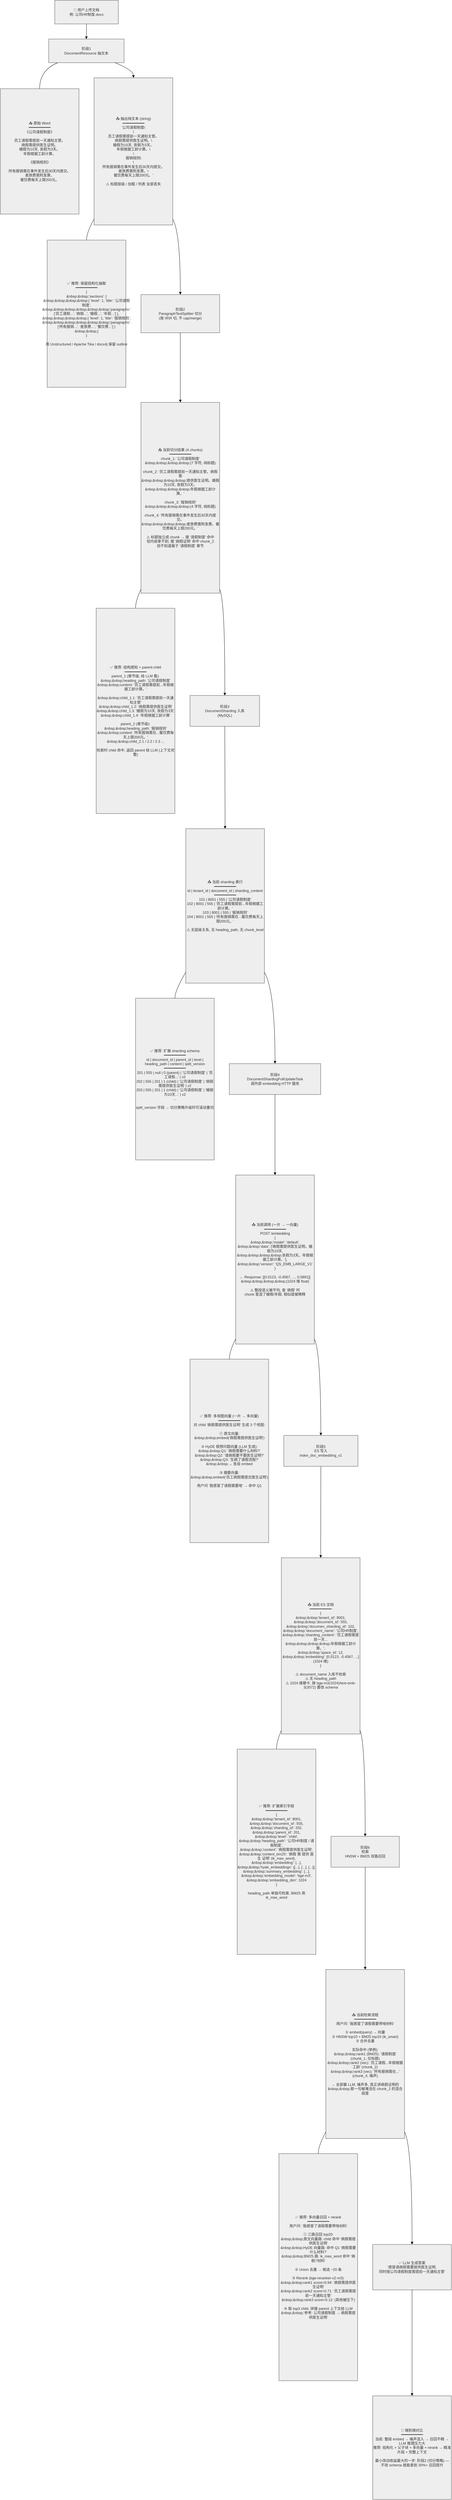
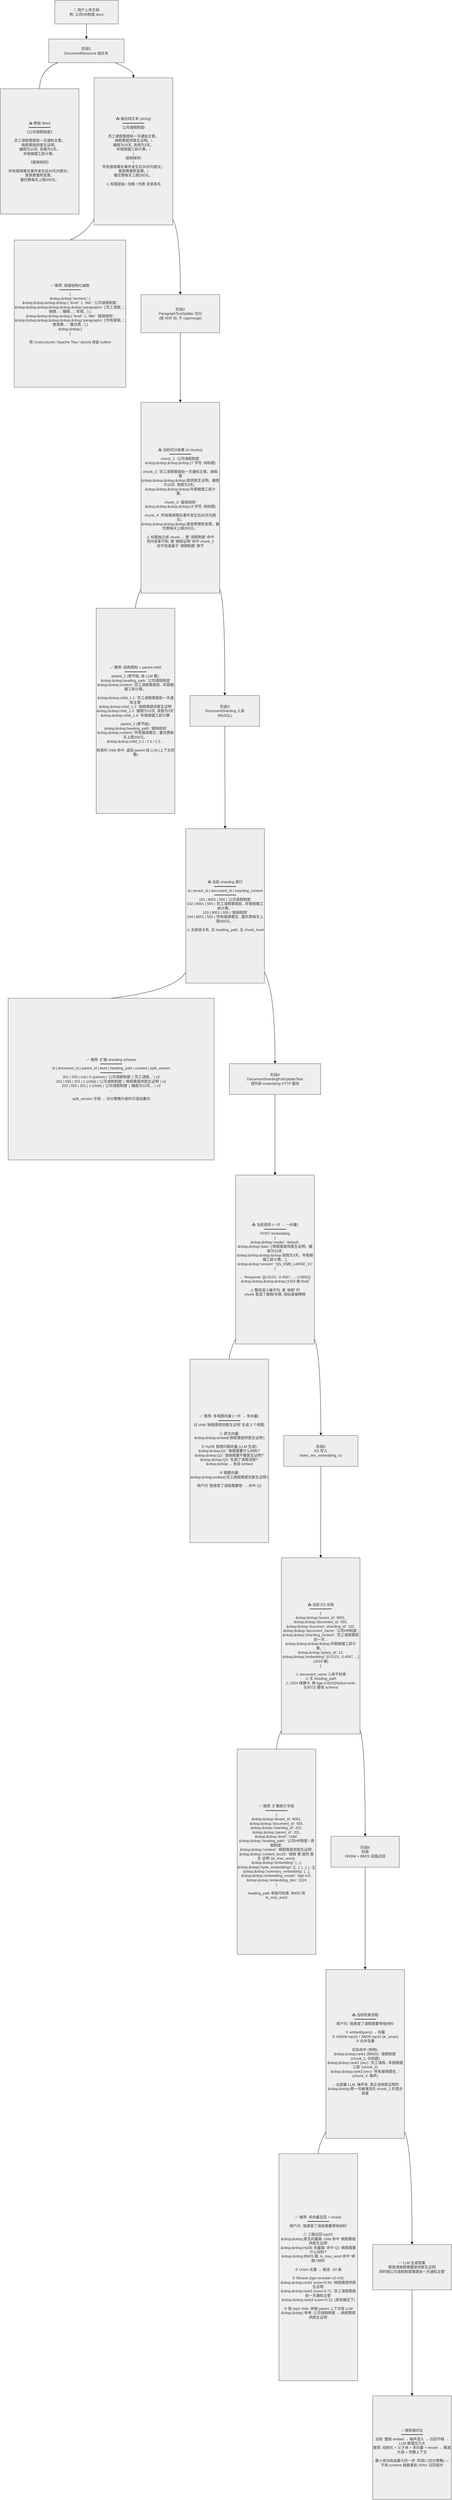
<mxfile host="app.diagrams.net">
  <diagram name="第 1 页" id="7gvRKfkY79qoTCzDGwGc">
-     <mxGraphModel dx="1300" dy="659" grid="0" gridSize="10" guides="1" tooltips="1" connect="1" arrows="1" fold="1" page="0" pageScale="1" pageWidth="827" pageHeight="1169" math="0" shadow="0">
+     <mxGraphModel dx="1083" dy="549" grid="0" gridSize="10" guides="1" tooltips="1" connect="1" arrows="1" fold="1" page="0" pageScale="1" pageWidth="827" pageHeight="1169" math="0" shadow="0">
      <root>
        <mxCell id="0" />
        <mxCell id="1" parent="0" />
        <mxCell id="2" parent="1" style="whiteSpace=wrap;strokeWidth=2;fillColor=light-dark(#eeeeee,#1f2020);strokeColor=light-dark(#999999,#cccccc);fontColor=light-dark(#333333,#cccccc);" value="📄 用户上传文档&#xa;例: 公司HR制度.docx" vertex="1">
          <mxGeometry height="78" width="210" x="188" y="8" as="geometry" />
        </mxCell>
        <mxCell id="3" parent="1" style="whiteSpace=wrap;strokeWidth=2;fillColor=light-dark(#eeeeee,#1f2020);strokeColor=light-dark(#999999,#cccccc);fontColor=light-dark(#333333,#cccccc);" value="阶段1&#xa;DocumentResource 抽文本" vertex="1">
          <mxGeometry height="78" width="249" x="168" y="136" as="geometry" />
        </mxCell>
        <mxCell id="4" parent="1" style="whiteSpace=wrap;strokeWidth=2;fillColor=light-dark(#eeeeee,#1f2020);strokeColor=light-dark(#999999,#cccccc);fontColor=light-dark(#333333,#cccccc);" value="📥 原始 Word&#xa;━━━━━━━━━━&#xa;《公司请假制度》&#xa;&#xa;员工请假需提前一天通知主管。&#xa;病假需提供医生证明。&#xa;婚假为10天, 丧假为3天。&#xa;年假根据工龄计算。&#xa;&#xa;《报销规则》&#xa;&#xa;所有报销需在事件发生后30天内提交。&#xa;差旅费需附发票。&#xa;餐饮费每天上限200元。" vertex="1">
          <mxGeometry height="414" width="260" x="8" y="300" as="geometry" />
        </mxCell>
        <mxCell id="5" parent="1" style="whiteSpace=wrap;strokeWidth=2;fillColor=light-dark(#eeeeee,#1f2020);strokeColor=light-dark(#999999,#cccccc);fontColor=light-dark(#333333,#cccccc);" value="📤 抽出纯文本 (string)&#xa;━━━━━━━━━━&#xa;&#39;公司请假制度\&#xa;\&#xa;员工请假需提前一天通知主管。&#xa;病假需提供医生证明。\&#xa;婚假为10天, 丧假为3天。&#xa;年假根据工龄计算。\&#xa;\&#xa;报销规则\&#xa;\&#xa;所有报销需在事件发生后30天内提交。&#xa;差旅费需附发票。\&#xa;餐饮费每天上限200元。&#39;&#xa;&#xa;⚠️ 标题层级 / 加粗 / 列表 全部丢失" vertex="1">
          <mxGeometry height="486" width="260" x="318" y="264" as="geometry" />
        </mxCell>
        <mxCell id="6" parent="1" style="whiteSpace=wrap;strokeWidth=2;fillColor=light-dark(#eeeeee,#1f2020);strokeColor=light-dark(#999999,#cccccc);fontColor=light-dark(#333333,#cccccc);" value="✅ 推荐: 保留结构化抽取&#xa;━━━━━━━━━━&#xa;{&#xa;&amp;nbsp;&amp;nbsp;&#39;sections&#39;: [&#xa;&amp;nbsp;&amp;nbsp;&amp;nbsp;&amp;nbsp;{ &#39;level&#39;: 1, &#39;title&#39;: &#39;公司请假制度&#39;,&#xa;&amp;nbsp;&amp;nbsp;&amp;nbsp;&amp;nbsp;&amp;nbsp;&amp;nbsp;&#39;paragraphs&#39;: [&#39;员工请假...&#39;, &#39;病假...&#39;, &#39;婚假...&#39;, &#39;年假...&#39;] },&#xa;&amp;nbsp;&amp;nbsp;&amp;nbsp;&amp;nbsp;{ &#39;level&#39;: 1, &#39;title&#39;: &#39;报销规则&#39;,&#xa;&amp;nbsp;&amp;nbsp;&amp;nbsp;&amp;nbsp;&amp;nbsp;&amp;nbsp;&#39;paragraphs&#39;: [&#39;所有报销...&#39;, &#39;差旅费...&#39;, &#39;餐饮费...&#39;] }&#xa;&amp;nbsp;&amp;nbsp;]&#xa;}&#xa;&#xa;用 Unstructured / Apache Tika / docx4j 保留 outline" vertex="1">
-           <mxGeometry height="486" width="260" x="163" y="800" as="geometry" />
+           <mxGeometry height="486" width="369" x="54" y="800" as="geometry" />
        </mxCell>
        <mxCell id="7" parent="1" style="whiteSpace=wrap;strokeWidth=2;fillColor=light-dark(#eeeeee,#1f2020);strokeColor=light-dark(#999999,#cccccc);fontColor=light-dark(#333333,#cccccc);" value="阶段2&#xa;ParagraphTextSplitter 切分&#xa;(按 \\R\\R 切, 不 cap/merge)" vertex="1">
          <mxGeometry height="126" width="260" x="473" y="980" as="geometry" />
        </mxCell>
        <mxCell id="8" parent="1" style="whiteSpace=wrap;strokeWidth=2;fillColor=light-dark(#eeeeee,#1f2020);strokeColor=light-dark(#999999,#cccccc);fontColor=light-dark(#333333,#cccccc);" value="📤 当前切分结果 (4 chunks)&#xa;━━━━━━━━━━&#xa;chunk_1: &#39;公司请假制度&#39;&#xa;&amp;nbsp;&amp;nbsp;&amp;nbsp;&amp;nbsp;(7 字符, 纯标题)&#xa;&#xa;chunk_2: &#39;员工请假需提前一天通知主管。病假需&#xa;&amp;nbsp;&amp;nbsp;&amp;nbsp;&amp;nbsp;提供医生证明。婚假为10天, 丧假为3天。&#xa;&amp;nbsp;&amp;nbsp;&amp;nbsp;&amp;nbsp;年假根据工龄计算。&#39;&#xa;&#xa;chunk_3: &#39;报销规则&#39;&#xa;&amp;nbsp;&amp;nbsp;&amp;nbsp;&amp;nbsp;(4 字符, 纯标题)&#xa;&#xa;chunk_4: &#39;所有报销需在事件发生后30天内提交。&#xa;&amp;nbsp;&amp;nbsp;&amp;nbsp;&amp;nbsp;差旅费需附发票。餐饮费每天上限200元。&#39;&#xa;&#xa;⚠️ 标题独立成 chunk → 搜 &#39;请假制度&#39; 命中&#xa;但内容拿不到; 搜 &#39;病假证明&#39; 命中 chunk_2&#xa;但不知道属于 &#39;请假制度&#39; 章节" vertex="1">
          <mxGeometry height="630" width="260" x="473" y="1336" as="geometry" />
        </mxCell>
        <mxCell id="9" parent="1" style="whiteSpace=wrap;strokeWidth=2;fillColor=light-dark(#eeeeee,#1f2020);strokeColor=light-dark(#999999,#cccccc);fontColor=light-dark(#333333,#cccccc);" value="✅ 推荐: 结构感知 + parent-child&#xa;━━━━━━━━━━&#xa;parent_1 (章节级, 给 LLM 看):&#xa;&amp;nbsp;&amp;nbsp;heading_path: &#39;公司请假制度&#39;&#xa;&amp;nbsp;&amp;nbsp;content: &#39;员工请假需提前...年假根据工龄计算。&#39;&#xa;&#xa;&amp;nbsp;&amp;nbsp;child_1.1: &#39;员工请假需提前一天通知主管&#39;&#xa;&amp;nbsp;&amp;nbsp;child_1.2: &#39;病假需提供医生证明&#39;&#xa;&amp;nbsp;&amp;nbsp;child_1.3: &#39;婚假为10天, 丧假为3天&#39;&#xa;&amp;nbsp;&amp;nbsp;child_1.4: &#39;年假根据工龄计算&#39;&#xa;&#xa;parent_2 (章节级):&#xa;&amp;nbsp;&amp;nbsp;heading_path: &#39;报销规则&#39;&#xa;&amp;nbsp;&amp;nbsp;content: &#39;所有报销需在...餐饮费每天上限200元。&#39;&#xa;&amp;nbsp;&amp;nbsp;child_2.1 / 2.2 / 2.3 ...&#xa;&#xa;检索时 child 命中, 返回 parent 给 LLM (上下文完整)" vertex="1">
          <mxGeometry height="678" width="260" x="325" y="2016" as="geometry" />
        </mxCell>
        <mxCell id="10" parent="1" style="whiteSpace=wrap;strokeWidth=2;fillColor=light-dark(#eeeeee,#1f2020);strokeColor=light-dark(#999999,#cccccc);fontColor=light-dark(#333333,#cccccc);" value="阶段3&#xa;DocumentSharding 入库&#xa;(MySQL)" vertex="1">
          <mxGeometry height="102" width="230" x="635" y="2304" as="geometry" />
        </mxCell>
        <mxCell id="11" parent="1" style="whiteSpace=wrap;strokeWidth=2;fillColor=light-dark(#eeeeee,#1f2020);strokeColor=light-dark(#999999,#cccccc);fontColor=light-dark(#333333,#cccccc);" value="📤 当前 sharding 表行&#xa;━━━━━━━━━━&#xa;id | tenant_id | document_id | sharding_content&#xa;━━━━━━━━━━&#xa;101 | 8001 | 555 | &#39;公司请假制度&#39;&#xa;102 | 8001 | 555 | &#39;员工请假需提前...年假根据工龄计算。&#39;&#xa;103 | 8001 | 555 | &#39;报销规则&#39;&#xa;104 | 8001 | 555 | &#39;所有报销需在...餐饮费每天上限200元。&#39;&#xa;&#xa;⚠️ 无层级关系, 无 heading_path, 无 chunk_level" vertex="1">
          <mxGeometry height="510" width="260" x="621" y="2744" as="geometry" />
        </mxCell>
        <mxCell id="12" parent="1" style="whiteSpace=wrap;strokeWidth=2;fillColor=light-dark(#eeeeee,#1f2020);strokeColor=light-dark(#999999,#cccccc);fontColor=light-dark(#333333,#cccccc);" value="✅ 推荐: 扩展 sharding schema&#xa;━━━━━━━━━━&#xa;id | document_id | parent_id | level | heading_path | content | split_version&#xa;━━━━━━━━━━&#xa;201 | 555 | null | 0 (parent) | &#39;公司请假制度&#39; | &#39;员工请假...&#39; | v2&#xa;202 | 555 | 201 | 1 (child) | &#39;公司请假制度&#39; | &#39;病假需提供医生证明&#39; | v2&#xa;203 | 555 | 201 | 1 (child) | &#39;公司请假制度&#39; | &#39;婚假为10天...&#39; | v2&#xa;...&#xa;&#xa;split_version 字段 → 切分策略升级时可滚动重切" vertex="1">
-           <mxGeometry height="534" width="260" x="455" y="3304" as="geometry" />
+           <mxGeometry height="534" width="681" x="34" y="3304" as="geometry" />
        </mxCell>
        <mxCell id="13" parent="1" style="whiteSpace=wrap;strokeWidth=2;fillColor=light-dark(#eeeeee,#1f2020);strokeColor=light-dark(#999999,#cccccc);fontColor=light-dark(#333333,#cccccc);" value="阶段4&#xa;DocumentShardingFullUpdateTask&#xa;调外部 embedding HTTP 服务" vertex="1">
          <mxGeometry height="102" width="302" x="765" y="3520" as="geometry" />
        </mxCell>
        <mxCell id="14" parent="1" style="whiteSpace=wrap;strokeWidth=2;fillColor=light-dark(#eeeeee,#1f2020);strokeColor=light-dark(#999999,#cccccc);fontColor=light-dark(#333333,#cccccc);" value="📤 当前调用 (一片 → 一向量)&#xa;━━━━━━━━━━&#xa;POST /embedding&#xa;{&#xa;&amp;nbsp;&amp;nbsp;&#39;model&#39;: &#39;default&#39;,&#xa;&amp;nbsp;&amp;nbsp;&#39;data&#39;: [&#39;病假需提供医生证明。婚假为10天,&#xa;&amp;nbsp;&amp;nbsp;&amp;nbsp;&amp;nbsp;丧假为3天。年假根据工龄计算。&#39;],&#xa;&amp;nbsp;&amp;nbsp;&#39;version&#39;: &#39;QS_EMB_LARGE_V1&#39;&#xa;}&#xa;&#xa;← Response: [[0.0123, -0.4567, ..., 0.0891]]&#xa;&amp;nbsp;&amp;nbsp;&amp;nbsp;&amp;nbsp;(1024 维 float)&#xa;&#xa;⚠️ 整段语义被平均, 查 &#39;病假&#39; 时&#xa;chunk 里混了婚假/年假, 相似度被稀释" vertex="1">
          <mxGeometry height="558" width="260" x="786" y="3888" as="geometry" />
        </mxCell>
        <mxCell id="15" parent="1" style="whiteSpace=wrap;strokeWidth=2;fillColor=light-dark(#eeeeee,#1f2020);strokeColor=light-dark(#999999,#cccccc);fontColor=light-dark(#333333,#cccccc);" value="✅ 推荐: 多视图向量 (一片 → 多向量)&#xa;━━━━━━━━━━&#xa;对 child &#39;病假需提供医生证明&#39; 生成 3 个视图:&#xa;&#xa;① 原文向量:&#xa;&amp;nbsp;&amp;nbsp;embed(&#39;病假需提供医生证明&#39;)&#xa;&#xa;② HyDE 假想问题向量 (LLM 生成):&#xa;&amp;nbsp;&amp;nbsp;Q1: &#39;病假需要什么材料?&#39;&#xa;&amp;nbsp;&amp;nbsp;Q2: &#39;请病假要不要医生证明?&#39;&#xa;&amp;nbsp;&amp;nbsp;Q3: &#39;生病了请假流程?&#39;&#xa;&amp;nbsp;&amp;nbsp;→ 各自 embed&#xa;&#xa;③ 摘要向量:&#xa;&amp;nbsp;&amp;nbsp;embed(&#39;员工病假需提交医生证明&#39;)&#xa;&#xa;用户问 &#39;我感冒了请假需要啥&#39; → 命中 Q1" vertex="1">
          <mxGeometry height="606" width="260" x="635" y="4496" as="geometry" />
        </mxCell>
        <mxCell id="16" parent="1" style="whiteSpace=wrap;strokeWidth=2;fillColor=light-dark(#eeeeee,#1f2020);strokeColor=light-dark(#999999,#cccccc);fontColor=light-dark(#333333,#cccccc);" value="阶段5&#xa;ES 写入&#xa;index_doc_embedding_v1" vertex="1">
          <mxGeometry height="102" width="245" x="945" y="4748" as="geometry" />
        </mxCell>
        <mxCell id="17" parent="1" style="whiteSpace=wrap;strokeWidth=2;fillColor=light-dark(#eeeeee,#1f2020);strokeColor=light-dark(#999999,#cccccc);fontColor=light-dark(#333333,#cccccc);" value="📤 当前 ES 文档&#xa;━━━━━━━━━━&#xa;{&#xa;&amp;nbsp;&amp;nbsp;&#39;tenant_id&#39;: 8001,&#xa;&amp;nbsp;&amp;nbsp;&#39;document_id&#39;: 555,&#xa;&amp;nbsp;&amp;nbsp;&#39;documen_sharding_id&#39;: 102,&#xa;&amp;nbsp;&amp;nbsp;&#39;document_name&#39;: &#39;公司HR制度&#39;,&#xa;&amp;nbsp;&amp;nbsp;&#39;sharding_content&#39;: &#39;员工请假需提前一天...&#xa;&amp;nbsp;&amp;nbsp;&amp;nbsp;&amp;nbsp;年假根据工龄计算。&#39;,&#xa;&amp;nbsp;&amp;nbsp;&#39;space_id&#39;: 12,&#xa;&amp;nbsp;&amp;nbsp;&#39;embedding&#39;: [0.0123, -0.4567, ...] (1024 维)&#xa;}&#xa;&#xa;⚠️ document_name 入库不检索&#xa;⚠️ 无 heading_path&#xa;⚠️ 1024 维硬卡, 换 bge-m3(1024)/text-emb-3(3072) 要改 schema" vertex="1">
          <mxGeometry height="582" width="260" x="937" y="5152" as="geometry" />
        </mxCell>
        <mxCell id="18" parent="1" style="whiteSpace=wrap;strokeWidth=2;fillColor=light-dark(#eeeeee,#1f2020);strokeColor=light-dark(#999999,#cccccc);fontColor=light-dark(#333333,#cccccc);" value="✅ 推荐: 扩展索引字段&#xa;━━━━━━━━━━&#xa;{&#xa;&amp;nbsp;&amp;nbsp;&#39;tenant_id&#39;: 8001,&#xa;&amp;nbsp;&amp;nbsp;&#39;document_id&#39;: 555,&#xa;&amp;nbsp;&amp;nbsp;&#39;sharding_id&#39;: 202,&#xa;&amp;nbsp;&amp;nbsp;&#39;parent_id&#39;: 201,&#xa;&amp;nbsp;&amp;nbsp;&#39;level&#39;: &#39;child&#39;,&#xa;&amp;nbsp;&amp;nbsp;&#39;heading_path&#39;: &#39;公司HR制度 / 请假制度&#39;,&#xa;&amp;nbsp;&amp;nbsp;&#39;content&#39;: &#39;病假需提供医生证明&#39;,&#xa;&amp;nbsp;&amp;nbsp;&#39;content_bm25&#39;: &#39;病假 需 提供 医生 证明&#39; (ik_max_word),&#xa;&amp;nbsp;&amp;nbsp;&#39;embedding&#39;: [...],&#xa;&amp;nbsp;&amp;nbsp;&#39;hyde_embeddings&#39;: [[...], [...], [...]],&#xa;&amp;nbsp;&amp;nbsp;&#39;summary_embedding&#39;: [...],&#xa;&amp;nbsp;&amp;nbsp;&#39;embedding_model&#39;: &#39;bge-m3&#39;,&#xa;&amp;nbsp;&amp;nbsp;&#39;embedding_dim&#39;: 1024&#xa;}&#xa;&#xa;heading_path 单独可检索, BM25 用 ik_max_word" vertex="1">
          <mxGeometry height="678" width="260" x="791" y="5784" as="geometry" />
        </mxCell>
        <mxCell id="19" parent="1" style="whiteSpace=wrap;strokeWidth=2;fillColor=light-dark(#eeeeee,#1f2020);strokeColor=light-dark(#999999,#cccccc);fontColor=light-dark(#333333,#cccccc);" value="阶段6&#xa;检索&#xa;HNSW + BM25 双路召回" vertex="1">
          <mxGeometry height="102" width="226" x="1101" y="6072" as="geometry" />
        </mxCell>
        <mxCell id="20" parent="1" style="whiteSpace=wrap;strokeWidth=2;fillColor=light-dark(#eeeeee,#1f2020);strokeColor=light-dark(#999999,#cccccc);fontColor=light-dark(#333333,#cccccc);" value="📤 当前检索流程&#xa;━━━━━━━━━━&#xa;用户问: &#39;我感冒了请假需要带啥材料&#39;&#xa;&#xa;① embed(query) → 向量&#xa;② HNSW top10 + BM25 top10 (ik_smart)&#xa;③ 合并去重&#xa;&#xa;实际命中 (举例):&#xa;&amp;nbsp;&amp;nbsp;rank1 (BM25): &#39;请假制度&#39; (chunk_1, 仅标题)&#xa;&amp;nbsp;&amp;nbsp;rank2 (vec): &#39;员工请假...年假根据工龄&#39; (chunk_2)&#xa;&amp;nbsp;&amp;nbsp;rank3 (vec): &#39;所有报销需在...&#39; (chunk_4, 噪声)&#xa;&#xa;→ 全部塞 LLM, 噪声多, 真正讲病假证明的&#xa;&amp;nbsp;&amp;nbsp;那一句被淹没在 chunk_2 的混合段里" vertex="1">
          <mxGeometry height="558" width="260" x="1084" y="6512" as="geometry" />
        </mxCell>
        <mxCell id="21" parent="1" style="whiteSpace=wrap;strokeWidth=2;fillColor=light-dark(#eeeeee,#1f2020);strokeColor=light-dark(#999999,#cccccc);fontColor=light-dark(#333333,#cccccc);" value="✅ 推荐: 多向量召回 + rerank&#xa;━━━━━━━━━━&#xa;用户问: &#39;我感冒了请假需要带啥材料&#39;&#xa;&#xa;① 三路召回 top20:&#xa;&amp;nbsp;&amp;nbsp;原文向量路: child 命中 &#39;病假需提供医生证明&#39;&#xa;&amp;nbsp;&amp;nbsp;HyDE 向量路: 命中 Q1 &#39;病假需要什么材料?&#39;&#xa;&amp;nbsp;&amp;nbsp;BM25 路: ik_max_word 命中 &#39;病假&#39;/&#39;材料&#39;&#xa;&#xa;② Union 去重 → 候选 ~20 条&#xa;&#xa;③ Rerank (bge-reranker-v2-m3):&#xa;&amp;nbsp;&amp;nbsp;rank1 score=0.94: &#39;病假需提供医生证明&#39;&#xa;&amp;nbsp;&amp;nbsp;rank2 score=0.71: &#39;员工请假需提前一天通知主管&#39;&#xa;&amp;nbsp;&amp;nbsp;rank3 score=0.12: (其他被压下)&#xa;&#xa;④ 取 top3 child, 拼接 parent 上下文给 LLM&#xa;&amp;nbsp;&amp;nbsp;&#39;参考: 公司请假制度 → 病假需提供医生证明&#39;" vertex="1">
          <mxGeometry height="750" width="260" x="929" y="7120" as="geometry" />
        </mxCell>
        <mxCell id="22" parent="1" style="whiteSpace=wrap;strokeWidth=2;fillColor=light-dark(#eeeeee,#1f2020);strokeColor=light-dark(#999999,#cccccc);fontColor=light-dark(#333333,#cccccc);" value="✅ LLM 生成答案&#xa;&#39;感冒请病假需要提供医生证明,&#xa;同时按公司请假制度需提前一天通知主管&#39;" vertex="1">
          <mxGeometry height="150" width="260" x="1239" y="7420" as="geometry" />
        </mxCell>
        <mxCell id="23" parent="1" style="whiteSpace=wrap;strokeWidth=2;fillColor=light-dark(#eeeeee,#1f2020);strokeColor=light-dark(#999999,#cccccc);fontColor=light-dark(#333333,#cccccc);" value="📌 端到端对比&#xa;━━━━━━━━━━&#xa;当前: 整段 embed → 噪声混入 → 召回不精 → LLM 推理压力大&#xa;推荐: 结构化 + 父子块 + 多向量 + rerank → 精准片段 + 完整上下文&#xa;&#xa;最小改动收益最大的一步: 阶段2 (切分策略) — 不改 schema 就能拿到 30%+ 召回提升" vertex="1">
          <mxGeometry height="342" width="260" x="1239" y="7920" as="geometry" />
        </mxCell>
        <mxCell id="24" edge="1" parent="1" source="2" style="curved=1;startArrow=none;endArrow=block;exitX=0.5;exitY=1;entryX=0.5;entryY=0;" target="3" value="">
          <mxGeometry relative="1" as="geometry">
            <Array as="points" />
          </mxGeometry>
        </mxCell>
        <mxCell id="25" edge="1" parent="1" source="3" style="curved=1;startArrow=none;endArrow=none;exitX=0.12;exitY=1;entryX=0.5;entryY=0;" target="4" value="">
          <mxGeometry relative="1" as="geometry">
            <Array as="points">
              <mxPoint x="138" y="239" />
            </Array>
          </mxGeometry>
        </mxCell>
        <mxCell id="26" edge="1" parent="1" source="3" style="curved=1;startArrow=none;endArrow=block;exitX=0.88;exitY=1;entryX=0.5;entryY=0;" target="5" value="">
          <mxGeometry relative="1" as="geometry">
            <Array as="points">
              <mxPoint x="448" y="239" />
            </Array>
          </mxGeometry>
        </mxCell>
        <mxCell id="27" edge="1" parent="1" source="5" style="curved=1;startArrow=none;endArrow=none;exitX=0;exitY=0.96;entryX=0.5;entryY=0;" target="6" value="">
          <mxGeometry relative="1" as="geometry">
            <Array as="points">
              <mxPoint x="293" y="775" />
            </Array>
          </mxGeometry>
        </mxCell>
        <mxCell id="28" edge="1" parent="1" source="5" style="curved=1;startArrow=none;endArrow=block;exitX=1;exitY=0.96;entryX=0.5;entryY=0;" target="7" value="">
          <mxGeometry relative="1" as="geometry">
            <Array as="points">
              <mxPoint x="603" y="775" />
            </Array>
          </mxGeometry>
        </mxCell>
        <mxCell id="29" edge="1" parent="1" source="7" style="curved=1;startArrow=none;endArrow=block;exitX=0.5;exitY=1;entryX=0.5;entryY=0;" target="8" value="">
          <mxGeometry relative="1" as="geometry">
            <Array as="points" />
          </mxGeometry>
        </mxCell>
        <mxCell id="30" edge="1" parent="1" source="8" style="curved=1;startArrow=none;endArrow=none;exitX=0;exitY=0.98;entryX=0.5;entryY=0;" target="9" value="">
          <mxGeometry relative="1" as="geometry">
            <Array as="points">
              <mxPoint x="455" y="1991" />
            </Array>
          </mxGeometry>
        </mxCell>
        <mxCell id="31" edge="1" parent="1" source="8" style="curved=1;startArrow=none;endArrow=block;exitX=1;exitY=0.98;entryX=0.5;entryY=0;" target="10" value="">
          <mxGeometry relative="1" as="geometry">
            <Array as="points">
              <mxPoint x="751" y="1991" />
            </Array>
          </mxGeometry>
        </mxCell>
        <mxCell id="32" edge="1" parent="1" source="10" style="curved=1;startArrow=none;endArrow=block;exitX=0.5;exitY=1;entryX=0.5;entryY=0;" target="11" value="">
          <mxGeometry relative="1" as="geometry">
            <Array as="points" />
          </mxGeometry>
        </mxCell>
        <mxCell id="33" edge="1" parent="1" source="11" style="curved=1;startArrow=none;endArrow=none;exitX=0;exitY=0.93;entryX=0.5;entryY=0;" target="12" value="">
          <mxGeometry relative="1" as="geometry">
            <Array as="points">
              <mxPoint x="585" y="3279" />
            </Array>
          </mxGeometry>
        </mxCell>
        <mxCell id="34" edge="1" parent="1" source="11" style="curved=1;startArrow=none;endArrow=block;exitX=1;exitY=0.93;entryX=0.5;entryY=0;" target="13" value="">
          <mxGeometry relative="1" as="geometry">
            <Array as="points">
              <mxPoint x="916" y="3279" />
            </Array>
          </mxGeometry>
        </mxCell>
        <mxCell id="35" edge="1" parent="1" source="13" style="curved=1;startArrow=none;endArrow=block;exitX=0.5;exitY=1;entryX=0.5;entryY=0;" target="14" value="">
          <mxGeometry relative="1" as="geometry">
            <Array as="points" />
          </mxGeometry>
        </mxCell>
        <mxCell id="36" edge="1" parent="1" source="14" style="curved=1;startArrow=none;endArrow=none;exitX=0;exitY=0.97;entryX=0.5;entryY=0;" target="15" value="">
          <mxGeometry relative="1" as="geometry">
            <Array as="points">
              <mxPoint x="765" y="4471" />
            </Array>
          </mxGeometry>
        </mxCell>
        <mxCell id="37" edge="1" parent="1" source="14" style="curved=1;startArrow=none;endArrow=block;exitX=1;exitY=0.97;entryX=0.5;entryY=0;" target="16" value="">
          <mxGeometry relative="1" as="geometry">
            <Array as="points">
              <mxPoint x="1067" y="4471" />
            </Array>
          </mxGeometry>
        </mxCell>
        <mxCell id="38" edge="1" parent="1" source="16" style="curved=1;startArrow=none;endArrow=block;exitX=0.5;exitY=1;entryX=0.5;entryY=0;" target="17" value="">
          <mxGeometry relative="1" as="geometry">
            <Array as="points" />
          </mxGeometry>
        </mxCell>
        <mxCell id="39" edge="1" parent="1" source="17" style="curved=1;startArrow=none;endArrow=none;exitX=0;exitY=0.98;entryX=0.5;entryY=0;" target="18" value="">
          <mxGeometry relative="1" as="geometry">
            <Array as="points">
              <mxPoint x="921" y="5759" />
            </Array>
          </mxGeometry>
        </mxCell>
        <mxCell id="40" edge="1" parent="1" source="17" style="curved=1;startArrow=none;endArrow=block;exitX=1;exitY=0.98;entryX=0.5;entryY=0;" target="19" value="">
          <mxGeometry relative="1" as="geometry">
            <Array as="points">
              <mxPoint x="1214" y="5759" />
            </Array>
          </mxGeometry>
        </mxCell>
        <mxCell id="41" edge="1" parent="1" source="19" style="curved=1;startArrow=none;endArrow=block;exitX=0.5;exitY=1;entryX=0.5;entryY=0;" target="20" value="">
          <mxGeometry relative="1" as="geometry">
            <Array as="points" />
          </mxGeometry>
        </mxCell>
        <mxCell id="42" edge="1" parent="1" source="20" style="curved=1;startArrow=none;endArrow=none;exitX=0;exitY=0.96;entryX=0.5;entryY=0;" target="21" value="">
          <mxGeometry relative="1" as="geometry">
            <Array as="points">
              <mxPoint x="1059" y="7095" />
            </Array>
          </mxGeometry>
        </mxCell>
        <mxCell id="43" edge="1" parent="1" source="20" style="curved=1;startArrow=none;endArrow=block;exitX=1;exitY=0.96;entryX=0.5;entryY=0;" target="22" value="">
          <mxGeometry relative="1" as="geometry">
            <Array as="points">
              <mxPoint x="1369" y="7095" />
            </Array>
          </mxGeometry>
        </mxCell>
        <mxCell id="44" edge="1" parent="1" source="22" style="curved=1;startArrow=none;endArrow=block;exitX=0.5;exitY=1;entryX=0.5;entryY=0;" target="23" value="">
          <mxGeometry relative="1" as="geometry">
            <Array as="points" />
          </mxGeometry>
        </mxCell>
      </root>
    </mxGraphModel>
  </diagram>
</mxfile>
